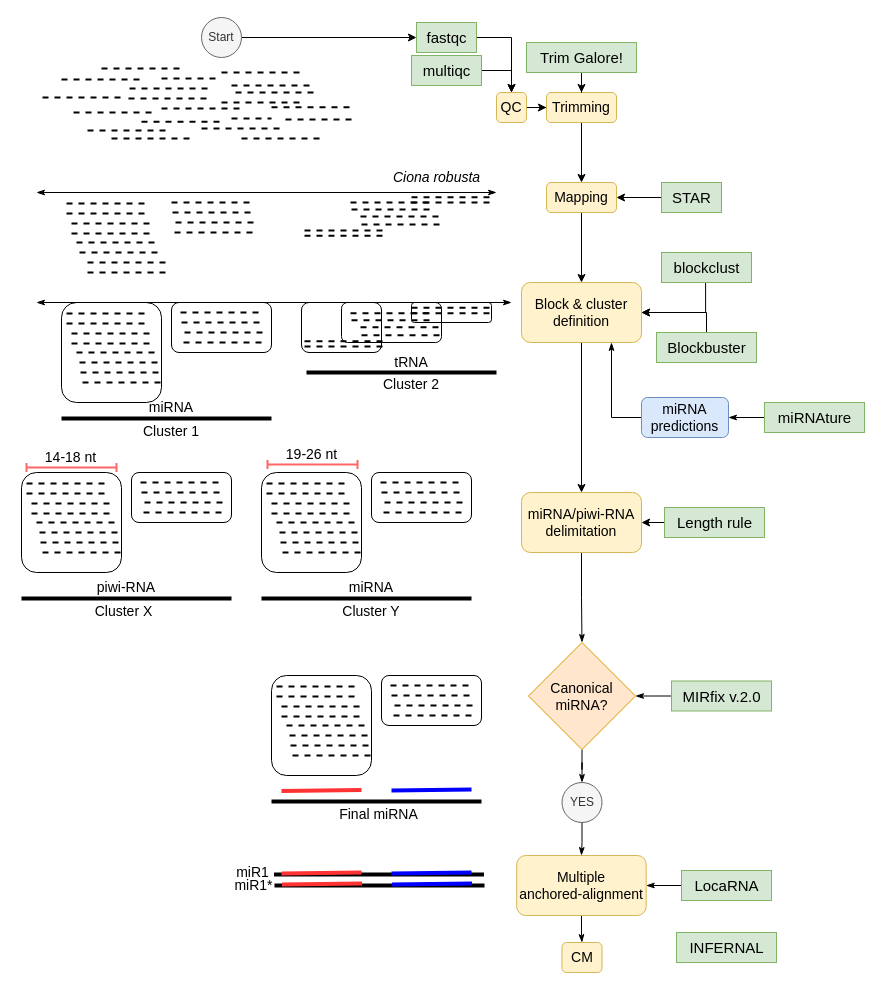
The draw.io diagram page "Page-1" (1 of 2) of tex/Figures/bledDraws.drawio in cavelandiah/julia-tufte-beamer, before the edit. Source tidied: cells renumbered, new cells numbered last; positions are measured from the earlier drawing's top-left corner, leaving out a move shared by most shapes. Both pictures are drawn from the tidied source at 100%, with x=0, y=0 at pixel (21, 17).
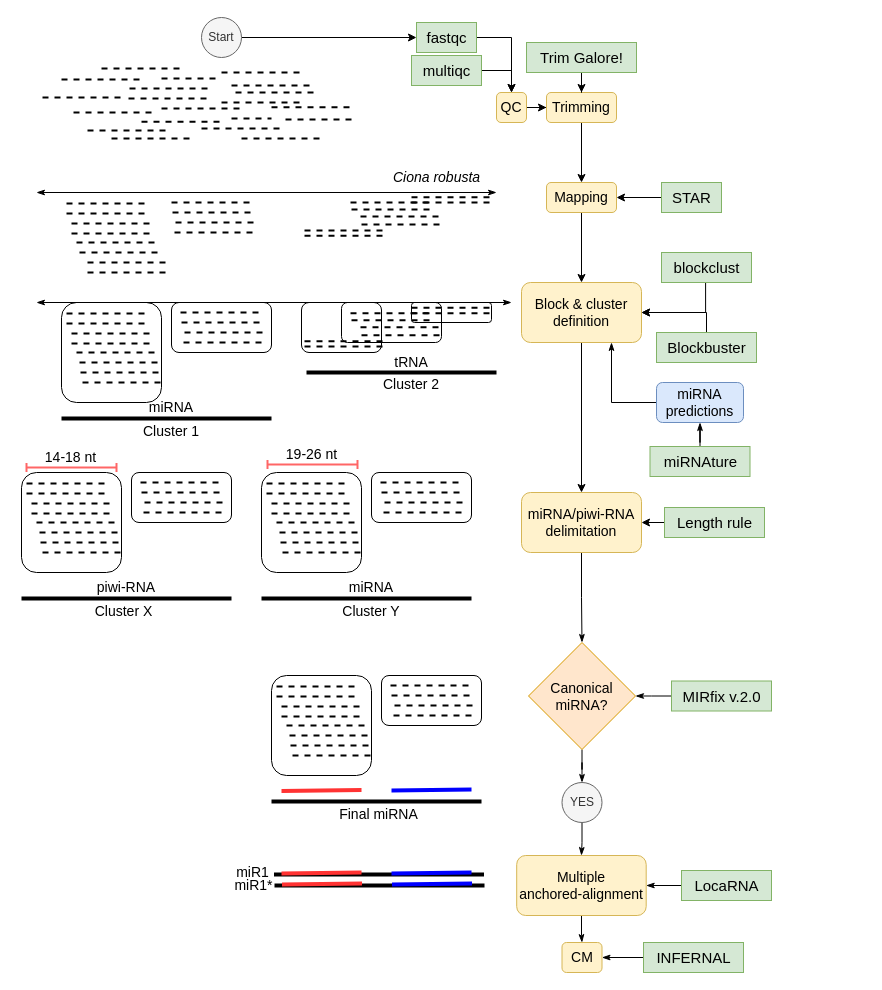
Above is the later version.

Unchanged cells that the change refers to:
```xml
<mxCell id="183" value="CM" style="rounded=1;whiteSpace=wrap;html=1;fontSize=14;fillColor=#fff2cc;strokeColor=#d6b656;" parent="1" vertex="1">
  <mxGeometry x="540.5" y="925" width="40" height="30" as="geometry" />
</mxCell>
```

Diff of the diagram source:
```diff
@@
     <mxCell id="167" value="miRNA &lt;br&gt;predictions" style="rounded=1;whiteSpace=wrap;html=1;fontSize=14;fillColor=#dae8fc;strokeColor=#6c8ebf;" parent="1" vertex="1">
-      <mxGeometry x="620" y="380" width="87" height="40" as="geometry" />
+      <mxGeometry x="635" y="365" width="87" height="40" as="geometry" />
     </mxCell>
-    <mxCell id="168" style="edgeStyle=orthogonalEdgeStyle;rounded=0;jettySize=auto;html=1;entryX=1;entryY=0.5;entryDx=0;entryDy=0;strokeColor=#000000;strokeWidth=1;fontSize=14;startArrow=none;startFill=0;endArrow=classicThin;endFill=1;" parent="1" edge="1" source="169" target="167">
+    <mxCell id="168" style="edgeStyle=orthogonalEdgeStyle;rounded=0;jettySize=auto;html=1;entryX=0.5;entryY=1;entryDx=0;entryDy=0;strokeColor=#000000;strokeWidth=1;fontSize=14;startArrow=none;startFill=0;endArrow=classicThin;endFill=1;" parent="1" edge="1" source="169" target="167">
       <mxGeometry relative="1" as="geometry" />
     </mxCell>
     <mxCell id="169" value="miRNAture" style="text;html=1;align=center;verticalAlign=middle;points=[];strokeColor=#82b366;fillColor=#d5e8d4;fontSize=15;" parent="1" vertex="1">
-      <mxGeometry x="743" y="385" width="100" height="30" as="geometry" />
+      <mxGeometry x="628.5" y="429" width="100" height="30" as="geometry" />
     </mxCell>
@@
+    <mxCell id="184" style="edgeStyle=orthogonalEdgeStyle;rounded=0;jettySize=auto;html=1;entryX=1;entryY=0.5;entryDx=0;entryDy=0;strokeColor=#000000;strokeWidth=1;fontSize=14;startArrow=none;startFill=0;endArrow=classicThin;endFill=1;" parent="1" edge="1" source="182" target="183">
+      <mxGeometry relative="1" as="geometry" />
+    </mxCell>
     <mxCell id="182" value="INFERNAL" style="text;html=1;align=center;verticalAlign=middle;points=[];strokeColor=#82b366;fillColor=#d5e8d4;fontSize=15;" parent="1" vertex="1">
-      <mxGeometry x="655" y="915" width="100" height="30" as="geometry" />
+      <mxGeometry x="622" y="925" width="100" height="30" as="geometry" />
     </mxCell>
```
